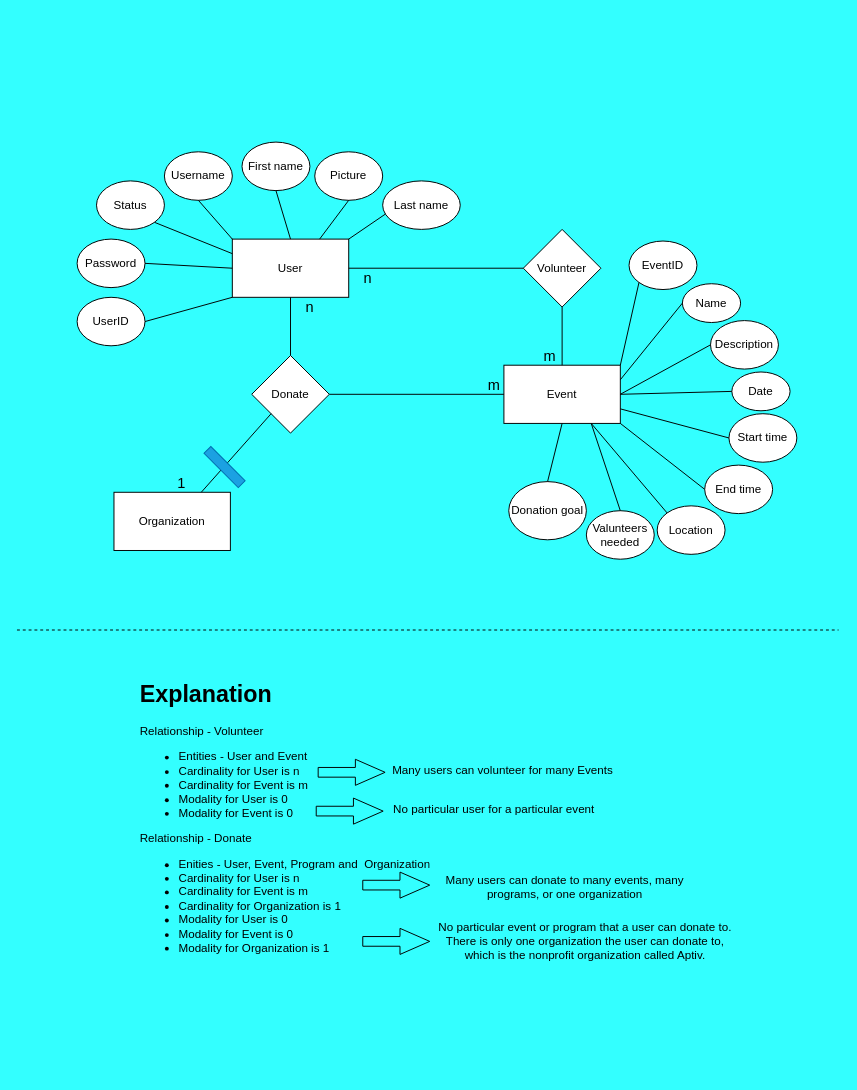
This is Architecture-Design/Architectural-Design_(UML-Diagrams).drawio from Andrew-EKrause/TeamAptiv-Web-App, a draw.io file, before an edit. Source tidied: cells renumbered, new cells numbered last; positions are measured from the earlier drawing's top-left corner, leaving out a move shared by most shapes. Both pictures are drawn from the tidied source at 97%, with x=0, y=0 at pixel (16, 142).
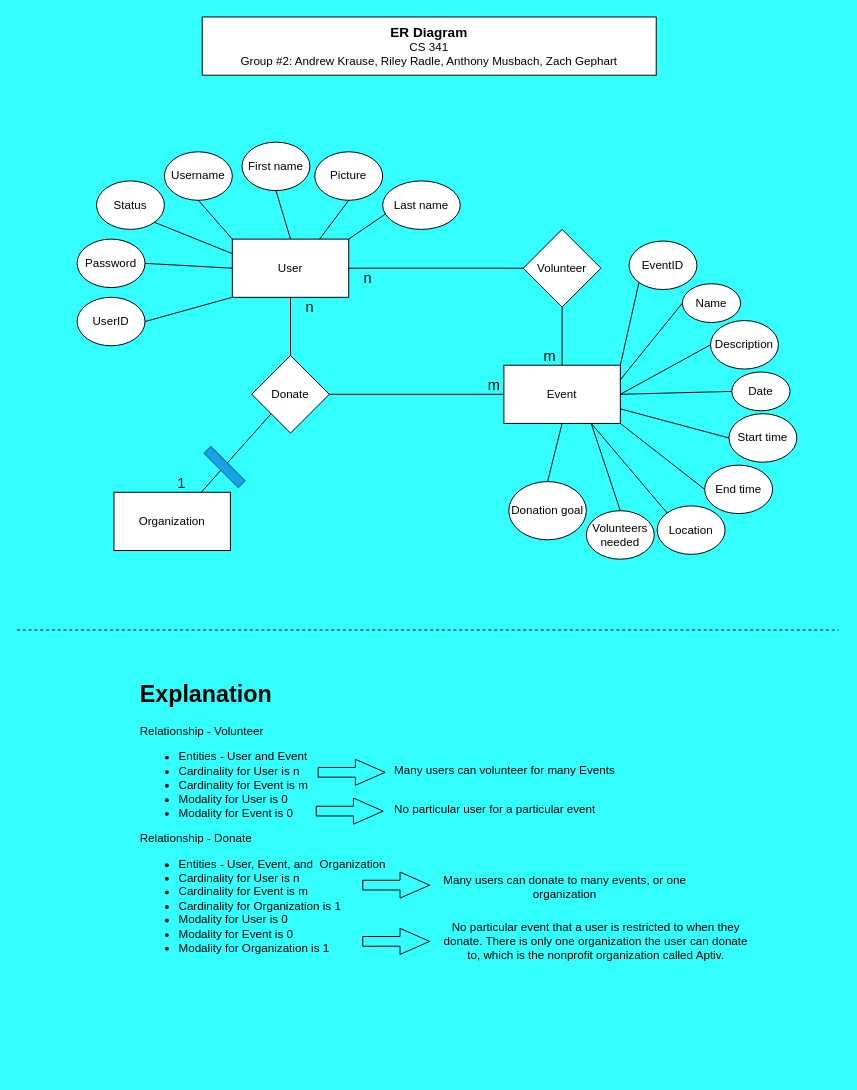
The same diagram, later.

The edit, as a diff of the source:
```diff
@@
-    <mxCell id="30" value="Valunteers needed" style="ellipse;whiteSpace=wrap;html=1;" parent="1" vertex="1">
+    <mxCell id="30" value="Volunteers needed" style="ellipse;whiteSpace=wrap;html=1;" parent="1" vertex="1">
       <mxGeometry x="587" y="380" width="70" height="50" as="geometry" />
     </mxCell>
@@
-    <mxCell id="49" value="&lt;h1&gt;Explanation&lt;/h1&gt;&lt;p&gt;&lt;span&gt;Relationship - Volunteer&lt;/span&gt;&lt;br&gt;&lt;/p&gt;&lt;p&gt;&lt;/p&gt;&lt;ul&gt;&lt;li&gt;&lt;span&gt;Entities - User and Event&lt;/span&gt;&lt;/li&gt;&lt;li&gt;&lt;span&gt;Cardinality for User is n&lt;/span&gt;&lt;/li&gt;&lt;li&gt;Cardinality for Event is m&lt;/li&gt;&lt;li&gt;Modality for User is 0&lt;/li&gt;&lt;li&gt;Modality for Event is 0&lt;/li&gt;&lt;/ul&gt;&lt;div&gt;Relationship - Donate&lt;/div&gt;&lt;div&gt;&lt;ul&gt;&lt;li&gt;Enities - User, Event, Program and&amp;nbsp; Organization&lt;/li&gt;&lt;li&gt;Cardinality for User is n&lt;/li&gt;&lt;li&gt;Cardinality for Event is m&lt;/li&gt;&lt;li&gt;Cardinality for Organization is 1&lt;/li&gt;&lt;li&gt;Modality for User is 0&lt;/li&gt;&lt;li&gt;Modality for Event is 0&lt;/li&gt;&lt;li&gt;Modality for Organization is 1&lt;/li&gt;&lt;/ul&gt;&lt;/div&gt;&lt;p&gt;&lt;/p&gt;" style="text;html=1;strokeColor=none;fillColor=none;spacing=5;spacingTop=-20;whiteSpace=wrap;overflow=hidden;rounded=0;" parent="1" vertex="1">
+    <mxCell id="49" value="&lt;h1&gt;Explanation&lt;/h1&gt;&lt;p&gt;&lt;span&gt;Relationship - Volunteer&lt;/span&gt;&lt;br&gt;&lt;/p&gt;&lt;p&gt;&lt;/p&gt;&lt;ul&gt;&lt;li&gt;&lt;span&gt;Entities - User and Event&lt;/span&gt;&lt;/li&gt;&lt;li&gt;&lt;span&gt;Cardinality for User is n&lt;/span&gt;&lt;/li&gt;&lt;li&gt;Cardinality for Event is m&lt;/li&gt;&lt;li&gt;Modality for User is 0&lt;/li&gt;&lt;li&gt;Modality for Event is 0&lt;/li&gt;&lt;/ul&gt;&lt;div&gt;Relationship - Donate&lt;/div&gt;&lt;div&gt;&lt;ul&gt;&lt;li&gt;Entities - User, Event, and&amp;nbsp; Organization&lt;/li&gt;&lt;li&gt;Cardinality for User is n&lt;/li&gt;&lt;li&gt;Cardinality for Event is m&lt;/li&gt;&lt;li&gt;Cardinality for Organization is 1&lt;/li&gt;&lt;li&gt;Modality for User is 0&lt;/li&gt;&lt;li&gt;Modality for Event is 0&lt;/li&gt;&lt;li&gt;Modality for Organization is 1&lt;/li&gt;&lt;/ul&gt;&lt;/div&gt;&lt;p&gt;&lt;/p&gt;" style="text;html=1;strokeColor=none;fillColor=none;spacing=5;spacingTop=-20;whiteSpace=wrap;overflow=hidden;rounded=0;" parent="1" vertex="1">
       <mxGeometry x="122" y="550" width="320" height="410" as="geometry" />
     </mxCell>
     <mxCell id="50" value="Many users can volunteer for many Events" style="text;html=1;strokeColor=none;fillColor=none;align=center;verticalAlign=middle;whiteSpace=wrap;rounded=0;" parent="1" vertex="1">
-      <mxGeometry x="371" y="628" width="260" height="40" as="geometry" />
+      <mxGeometry x="373" y="628" width="260" height="40" as="geometry" />
     </mxCell>
     <mxCell id="51" value="No particular user for a particular event" style="text;html=1;strokeColor=none;fillColor=none;align=center;verticalAlign=middle;whiteSpace=wrap;rounded=0;" parent="1" vertex="1">
-      <mxGeometry x="362" y="668" width="260" height="40" as="geometry" />
+      <mxGeometry x="363" y="668" width="260" height="40" as="geometry" />
     </mxCell>
@@
-    <mxCell id="53" value="Many users can donate to many events, many programs, or one organization" style="text;html=1;strokeColor=none;fillColor=none;align=center;verticalAlign=middle;whiteSpace=wrap;rounded=0;" parent="1" vertex="1">
+    <mxCell id="53" value="Many users can donate to many events, or one organization" style="text;html=1;strokeColor=none;fillColor=none;align=center;verticalAlign=middle;whiteSpace=wrap;rounded=0;" parent="1" vertex="1">
       <mxGeometry x="415" y="748" width="300" height="40" as="geometry" />
     </mxCell>
@@
-    <mxCell id="55" value="No particular event or program that a user can donate to. There is only one organization the user can donate to,&lt;br&gt;which is the nonprofit organization called Aptiv." style="text;html=1;strokeColor=none;fillColor=none;align=center;verticalAlign=middle;whiteSpace=wrap;rounded=0;" parent="1" vertex="1">
-      <mxGeometry x="426" y="804" width="320" height="40" as="geometry" />
+    <mxCell id="55" value="No particular event that a user is restricted to when they donate. There is only one organization the user can donate to, which is the nonprofit organization called Aptiv." style="text;html=1;strokeColor=none;fillColor=none;align=center;verticalAlign=middle;whiteSpace=wrap;rounded=0;" parent="1" vertex="1">
+      <mxGeometry x="437" y="804" width="320" height="40" as="geometry" />
     </mxCell>
@@
+    <mxCell id="60" value="&lt;font style=&quot;font-size: 14px&quot;&gt;&lt;b&gt;ER Diagram&lt;/b&gt;&lt;/font&gt;&lt;br&gt;CS 341&lt;br&gt;Group #2: Andrew Krause, Riley Radle, Anthony Musbach, Zach Gephart" style="rounded=0;whiteSpace=wrap;html=1;" parent="1" vertex="1">
+      <mxGeometry x="191" y="-129" width="468" height="60" as="geometry" />
+    </mxCell>
```
